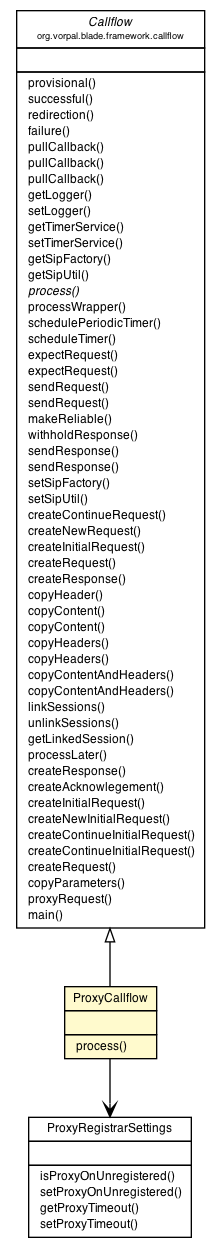
Before: blade/vorpal-blade-proxy-registrar/org/vorpal/blade/services/proxy/registrar/ProxyCallflow.png, a diagram exported from Graphviz (vorpalnet/vorpalnet.github.io). Its source is kept beside it as blade/vorpal-blade-proxy-registrar/org/vorpal/blade/services/proxy/registrar/ProxyCallflow.dot.
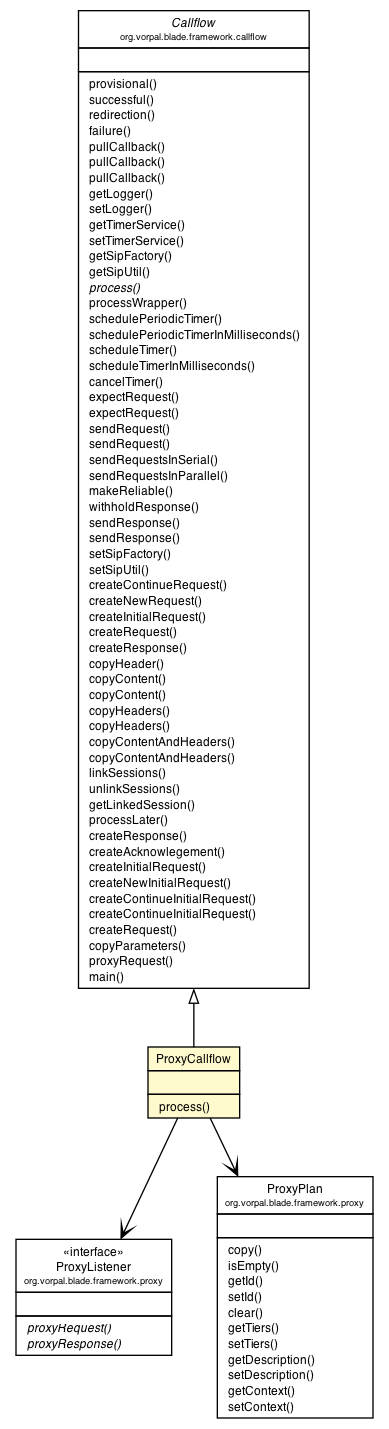
Later version of the same file.

Diff of the diagram source:
```diff
@@ -4,7 +4,7 @@
 	node [fontname="Helvetica",fontsize=10,shape=plaintext];
 	nodesep=0.25;
 	ranksep=0.5;
-	c63 [label=<<table title="org.vorpal.blade.services.proxy.registrar.ProxyCallflow" border="0" cellborder="1" cellspacing="0" cellpadding="2" port="p" bgcolor="lemonChiffon" href="./ProxyCallflow.html">
+	c86 [label=<<table title="org.vorpal.blade.services.proxy.registrar.ProxyCallflow" border="0" cellborder="1" cellspacing="0" cellpadding="2" port="p" bgcolor="lemonChiffon" href="./ProxyCallflow.html">
 		<tr><td><table border="0" cellspacing="0" cellpadding="1">
 <tr><td align="center" balign="center"> ProxyCallflow </td></tr>
 		</table></td></tr>
@@ -15,23 +15,10 @@
 <tr><td align="left" balign="left">  process() </td></tr>
 		</table></td></tr>
 		</table>>, fontname="Helvetica", fontcolor="black", fontsize=9.0];
-	c64 [label=<<table title="org.vorpal.blade.services.proxy.registrar.ProxyRegistrarSettings" border="0" cellborder="1" cellspacing="0" cellpadding="2" port="p" href="./ProxyRegistrarSettings.html">
-		<tr><td><table border="0" cellspacing="0" cellpadding="1">
-<tr><td align="center" balign="center"> ProxyRegistrarSettings </td></tr>
-		</table></td></tr>
-		<tr><td><table border="0" cellspacing="0" cellpadding="1">
-<tr><td align="left" balign="left">  </td></tr>
-		</table></td></tr>
-		<tr><td><table border="0" cellspacing="0" cellpadding="1">
-<tr><td align="left" balign="left">  isProxyOnUnregistered() </td></tr>
-<tr><td align="left" balign="left">  setProxyOnUnregistered() </td></tr>
-<tr><td align="left" balign="left">  getProxyTimeout() </td></tr>
-<tr><td align="left" balign="left">  setProxyTimeout() </td></tr>
-		</table></td></tr>
-		</table>>, fontname="Helvetica", fontcolor="black", fontsize=9.0];
-	c65:p -> c63:p [dir=back,arrowtail=empty];
-	c63:p -> c64:p [taillabel="", label="", headlabel="", fontname="Helvetica", fontcolor="black", fontsize=10.0, color="black", arrowhead=open];
-	c65 [label=<<table title="org.vorpal.blade.framework.callflow.Callflow" border="0" cellborder="1" cellspacing="0" cellpadding="2" port="p" href="http://java.sun.com/j2se/1.4.2/docs/api/org/vorpal/blade/framework/callflow/Callflow.html">
+	c88:p -> c86:p [dir=back,arrowtail=empty];
+	c86:p -> c89:p [taillabel="", label="", headlabel="", fontname="Helvetica", fontcolor="black", fontsize=10.0, color="black", arrowhead=open];
+	c86:p -> c90:p [taillabel="", label="", headlabel="", fontname="Helvetica", fontcolor="black", fontsize=10.0, color="black", arrowhead=open];
+	c88 [label=<<table title="org.vorpal.blade.framework.callflow.Callflow" border="0" cellborder="1" cellspacing="0" cellpadding="2" port="p" href="http://java.sun.com/j2se/1.4.2/docs/api/org/vorpal/blade/framework/callflow/Callflow.html">
 		<tr><td><table border="0" cellspacing="0" cellpadding="1">
 <tr><td align="center" balign="center"><font face="Helvetica-Oblique"> Callflow </font></td></tr>
 <tr><td align="center" balign="center"><font point-size="7.0"> org.vorpal.blade.framework.callflow </font></td></tr>
@@ -56,11 +43,16 @@
 <tr><td align="left" balign="left"><font face="Helvetica-Oblique" point-size="9.0">  process() </font></td></tr>
 <tr><td align="left" balign="left">  processWrapper() </td></tr>
 <tr><td align="left" balign="left">  schedulePeriodicTimer() </td></tr>
+<tr><td align="left" balign="left">  schedulePeriodicTimerInMilliseconds() </td></tr>
 <tr><td align="left" balign="left">  scheduleTimer() </td></tr>
+<tr><td align="left" balign="left">  scheduleTimerInMilliseconds() </td></tr>
+<tr><td align="left" balign="left">  cancelTimer() </td></tr>
 <tr><td align="left" balign="left">  expectRequest() </td></tr>
 <tr><td align="left" balign="left">  expectRequest() </td></tr>
 <tr><td align="left" balign="left">  sendRequest() </td></tr>
 <tr><td align="left" balign="left">  sendRequest() </td></tr>
+<tr><td align="left" balign="left">  sendRequestsInSerial() </td></tr>
+<tr><td align="left" balign="left">  sendRequestsInParallel() </td></tr>
 <tr><td align="left" balign="left">  makeReliable() </td></tr>
 <tr><td align="left" balign="left">  withholdResponse() </td></tr>
 <tr><td align="left" balign="left">  sendResponse() </td></tr>
@@ -95,4 +87,40 @@
 <tr><td align="left" balign="left">  main() </td></tr>
 		</table></td></tr>
 		</table>>, fontname="Helvetica", fontcolor="black", fontsize=9.0];
+	c89 [label=<<table title="org.vorpal.blade.framework.proxy.ProxyListener" border="0" cellborder="1" cellspacing="0" cellpadding="2" port="p" href="http://java.sun.com/j2se/1.4.2/docs/api/org/vorpal/blade/framework/proxy/ProxyListener.html">
+		<tr><td><table border="0" cellspacing="0" cellpadding="1">
+<tr><td align="center" balign="center"> &#171;interface&#187; </td></tr>
+<tr><td align="center" balign="center"> ProxyListener </td></tr>
+<tr><td align="center" balign="center"><font point-size="7.0"> org.vorpal.blade.framework.proxy </font></td></tr>
+		</table></td></tr>
+		<tr><td><table border="0" cellspacing="0" cellpadding="1">
+<tr><td align="left" balign="left">  </td></tr>
+		</table></td></tr>
+		<tr><td><table border="0" cellspacing="0" cellpadding="1">
+<tr><td align="left" balign="left"><font face="Helvetica-Oblique" point-size="9.0">  proxyRequest() </font></td></tr>
+<tr><td align="left" balign="left"><font face="Helvetica-Oblique" point-size="9.0">  proxyResponse() </font></td></tr>
+		</table></td></tr>
+		</table>>, fontname="Helvetica", fontcolor="black", fontsize=9.0];
+	c90 [label=<<table title="org.vorpal.blade.framework.proxy.ProxyPlan" border="0" cellborder="1" cellspacing="0" cellpadding="2" port="p" href="http://java.sun.com/j2se/1.4.2/docs/api/org/vorpal/blade/framework/proxy/ProxyPlan.html">
+		<tr><td><table border="0" cellspacing="0" cellpadding="1">
+<tr><td align="center" balign="center"> ProxyPlan </td></tr>
+<tr><td align="center" balign="center"><font point-size="7.0"> org.vorpal.blade.framework.proxy </font></td></tr>
+		</table></td></tr>
+		<tr><td><table border="0" cellspacing="0" cellpadding="1">
+<tr><td align="left" balign="left">  </td></tr>
+		</table></td></tr>
+		<tr><td><table border="0" cellspacing="0" cellpadding="1">
+<tr><td align="left" balign="left">  copy() </td></tr>
+<tr><td align="left" balign="left">  isEmpty() </td></tr>
+<tr><td align="left" balign="left">  getId() </td></tr>
+<tr><td align="left" balign="left">  setId() </td></tr>
+<tr><td align="left" balign="left">  clear() </td></tr>
+<tr><td align="left" balign="left">  getTiers() </td></tr>
+<tr><td align="left" balign="left">  setTiers() </td></tr>
+<tr><td align="left" balign="left">  getDescription() </td></tr>
+<tr><td align="left" balign="left">  setDescription() </td></tr>
+<tr><td align="left" balign="left">  getContext() </td></tr>
+<tr><td align="left" balign="left">  setContext() </td></tr>
+		</table></td></tr>
+		</table>>, fontname="Helvetica", fontcolor="black", fontsize=9.0];
 }
```
